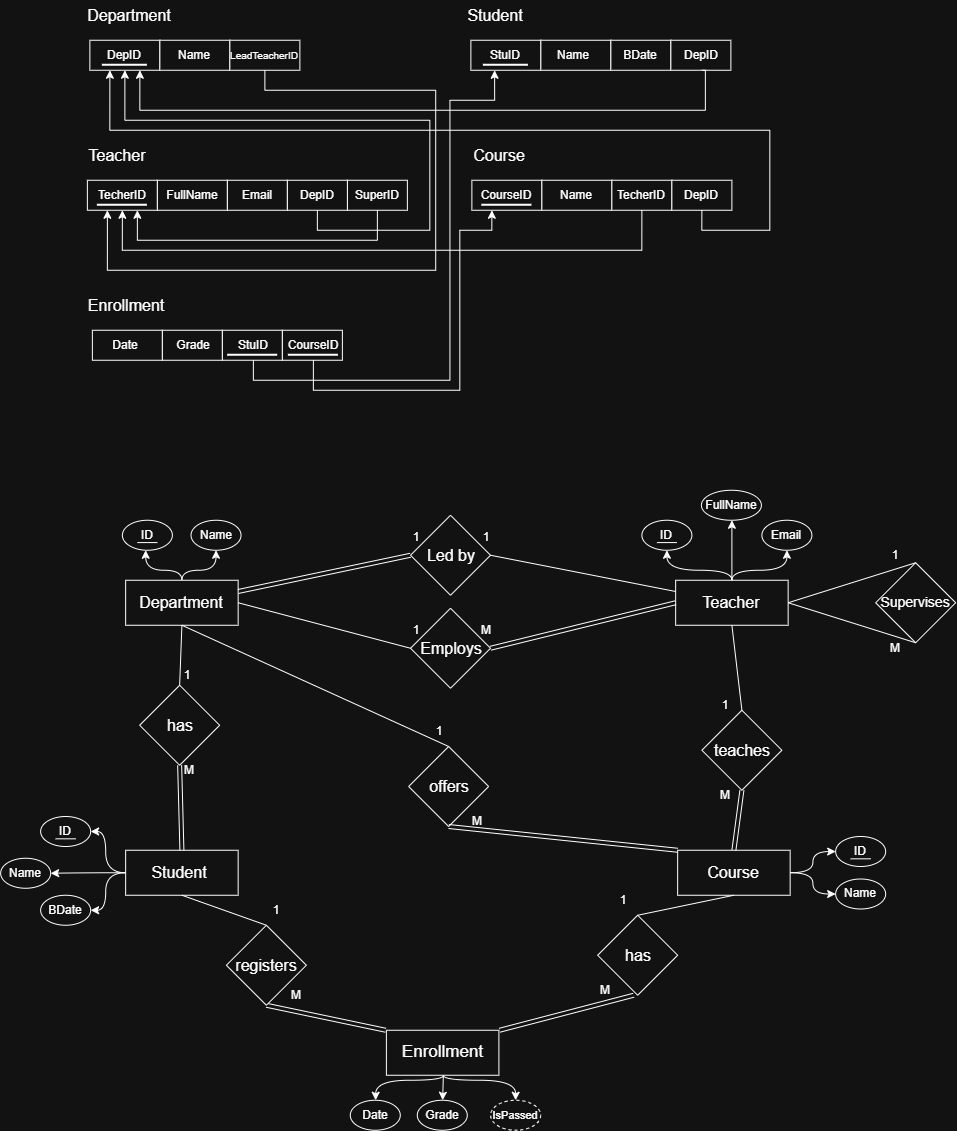
The draw.io diagram erd/erd.png in youssefwael1010/SchoolDatabase, before a commit. Source tidied: cells renumbered, new cells last; positions are measured from the earlier drawing's top-left corner, leaving out a move shared by most shapes.
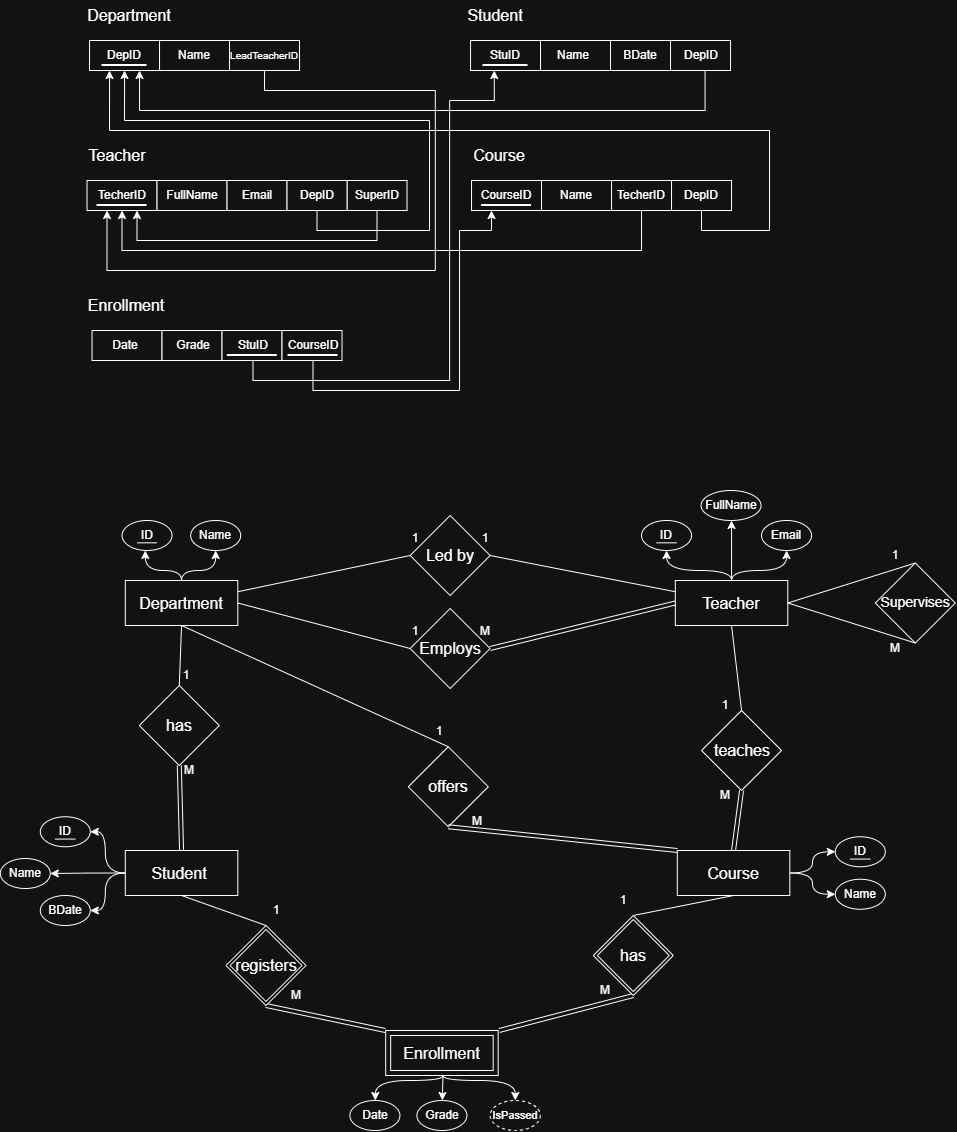
After the change.

Diff of the diagram source:
```diff
@@ -339,7 +339,7 @@
         <mxPoint x="265.7" y="925" as="sourcePoint" />
       </mxGeometry>
     </mxCell>
-    <mxCell id="90" style="endArrow=none;html=1;rounded=0;entryX=0.5;entryY=1;entryDx=0;entryDy=0;exitX=0.5;exitY=0;exitDx=0;exitDy=0;" parent="1" edge="1" source="159" target="64">
+    <mxCell id="90" style="endArrow=none;html=1;rounded=0;entryX=0.5;entryY=1;entryDx=0;entryDy=0;exitX=0.5;exitY=0;exitDx=0;exitDy=0;" parent="1" edge="1" source="160" target="64">
       <mxGeometry relative="1" as="geometry" />
     </mxCell>
     <mxCell id="91" style="shape=link;html=1;rounded=0;exitX=0.5;exitY=1;exitDx=0;exitDy=0;entryX=0.5;entryY=0;entryDx=0;entryDy=0;" parent="1" edge="1" source="81" target="68">
@@ -360,9 +360,8 @@
         <mxPoint x="385" y="1030" as="targetPoint" />
       </mxGeometry>
     </mxCell>
-    <mxCell id="96" style="shape=link;html=1;rounded=0;exitX=0.5;exitY=1;exitDx=0;exitDy=0;entryX=1;entryY=0;entryDx=0;entryDy=0;" parent="1" edge="1">
+    <mxCell id="96" style="shape=link;html=1;rounded=0;exitX=0.5;exitY=1;exitDx=0;exitDy=0;entryX=1;entryY=0;entryDx=0;entryDy=0;" parent="1" edge="1" source="160">
       <mxGeometry relative="1" as="geometry">
-        <mxPoint x="633" y="995" as="sourcePoint" />
         <mxPoint x="498.9" y="1030" as="targetPoint" />
       </mxGeometry>
     </mxCell>
@@ -539,6 +538,15 @@
     <mxCell id="146" value="&lt;font style=&quot;font-size: 11px;&quot;&gt;IsPassed&lt;/font&gt;" style="text;html=1;whiteSpace=wrap;strokeColor=none;fillColor=none;align=center;verticalAlign=middle;rounded=0;" parent="1" vertex="1">
       <mxGeometry x="485" y="1100" width="60" height="30" as="geometry" />
     </mxCell>
+    <mxCell id="156" value="&lt;span style=&quot;font-size: 16px;&quot;&gt;Enrollment&lt;/span&gt;" style="shape=ext;margin=3;double=1;whiteSpace=wrap;html=1;align=center;" parent="1" vertex="1">
+      <mxGeometry x="385.4" y="1030" width="112.5" height="45" as="geometry" />
+    </mxCell>
+    <mxCell id="158" value="&lt;span style=&quot;font-size: 16px;&quot;&gt;registers&lt;/span&gt;" style="shape=rhombus;double=1;perimeter=rhombusPerimeter;whiteSpace=wrap;html=1;align=center;" parent="1" vertex="1">
+      <mxGeometry x="225.7" y="925" width="80" height="80" as="geometry" />
+    </mxCell>
+    <mxCell id="160" value="&lt;span style=&quot;font-size: 16px;&quot;&gt;has&lt;/span&gt;" style="shape=rhombus;double=1;perimeter=rhombusPerimeter;whiteSpace=wrap;html=1;align=center;" parent="1" vertex="1">
+      <mxGeometry x="593" y="915" width="80" height="80" as="geometry" />
+    </mxCell>
     <mxCell id="147" style="rhombus;whiteSpace=wrap;html=1;shapeInside=1;" parent="1" vertex="1">
       <mxGeometry x="409.9" y="515" width="80" height="80" as="geometry" />
     </mxCell>
@@ -551,9 +559,6 @@
     <mxCell id="150" value="1" style="text;html=1;whiteSpace=wrap;strokeColor=none;fillColor=none;align=center;verticalAlign=middle;rounded=0;" parent="1" vertex="1">
       <mxGeometry x="385.4" y="522.5" width="60" height="30" as="geometry" />
     </mxCell>
-    <mxCell id="151" style="shape=link;html=1;rounded=0;exitX=1;exitY=0.25;exitDx=0;exitDy=0;entryX=0;entryY=0.5;entryDx=0;entryDy=0;" parent="1" edge="1" source="57" target="147">
-      <mxGeometry relative="1" as="geometry" />
-    </mxCell>
     <mxCell id="152" style="endArrow=none;html=1;rounded=0;entryX=1;entryY=0.5;entryDx=0;entryDy=0;exitX=0;exitY=0.25;exitDx=0;exitDy=0;" parent="1" edge="1" source="71" target="147">
       <mxGeometry relative="1" as="geometry" />
     </mxCell>
@@ -573,20 +578,8 @@
     <mxCell id="155" value="&lt;font style=&quot;font-size: 10px;&quot;&gt;LeadTeacherID&lt;/font&gt;" style="text;html=1;whiteSpace=wrap;strokeColor=none;fillColor=none;align=center;verticalAlign=middle;rounded=0;" parent="1" vertex="1">
       <mxGeometry x="234.2" y="40" width="60" height="30" as="geometry" />
     </mxCell>
-    <mxCell id="156" value="&lt;font style=&quot;font-size: 17px;&quot;&gt;Enrollment&lt;/font&gt;" style="rounded=0;whiteSpace=wrap;html=1;" parent="1" vertex="1">
-      <mxGeometry x="385.8" y="1030" width="112.5" height="45" as="geometry" />
-    </mxCell>
-    <mxCell id="157" style="rhombus;whiteSpace=wrap;html=1;shapeInside=1;" parent="1" vertex="1">
-      <mxGeometry x="225.7" y="925" width="80" height="80" as="geometry" />
-    </mxCell>
-    <mxCell id="158" value="&lt;font style=&quot;font-size: 16px;&quot;&gt;registers&lt;/font&gt;" style="text;html=1;whiteSpace=wrap;strokeColor=none;fillColor=none;align=center;verticalAlign=middle;rounded=0;" parent="1" vertex="1">
-      <mxGeometry x="236.2" y="950" width="60" height="30" as="geometry" />
-    </mxCell>
-    <mxCell id="159" style="rhombus;whiteSpace=wrap;html=1;shapeInside=1;" parent="1" vertex="1">
-      <mxGeometry x="597" y="915" width="80" height="80" as="geometry" />
-    </mxCell>
-    <mxCell id="160" value="&lt;font style=&quot;font-size: 16px;&quot;&gt;has&lt;/font&gt;" style="text;html=1;whiteSpace=wrap;strokeColor=none;fillColor=none;align=center;verticalAlign=middle;rounded=0;" parent="1" vertex="1">
-      <mxGeometry x="607.5" y="940" width="60" height="30" as="geometry" />
-    </mxCell>
+    <mxCell id="161" style="endArrow=none;html=1;rounded=0;entryX=1;entryY=0.25;entryDx=0;entryDy=0;exitX=0;exitY=0.5;exitDx=0;exitDy=0;" parent="1" edge="1" source="147" target="57">
+      <mxGeometry relative="1" as="geometry" />
+    </mxCell>
   </root>
 </mxGraphModel>
```
